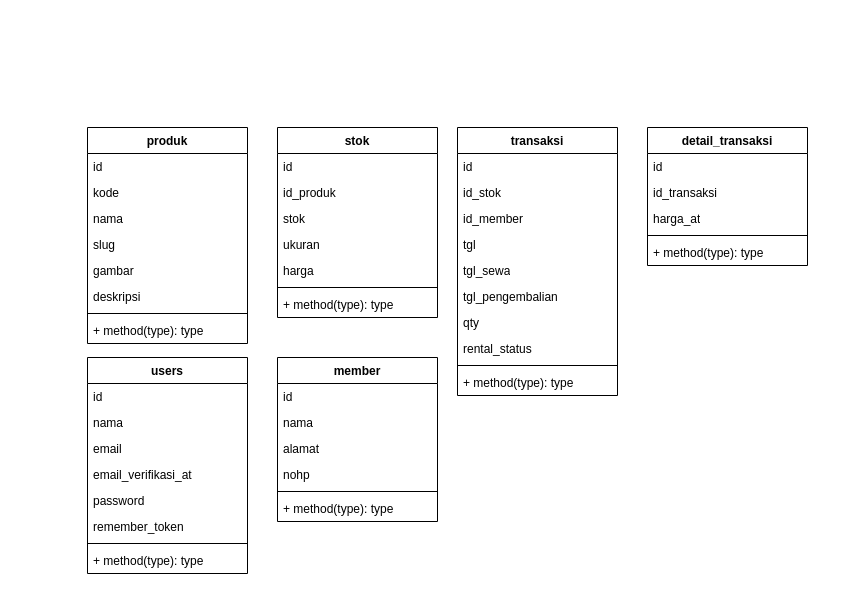
Above: Untitled Diagram.drawio in GibransLF/sans (draw.io), before the change. Source tidied: cells renumbered, new cells numbered last; positions are measured from the earlier drawing's top-left corner, leaving out a move shared by most shapes. Both pictures are drawn from the tidied source at 100%, with x=0, y=0 at pixel (87, 127).
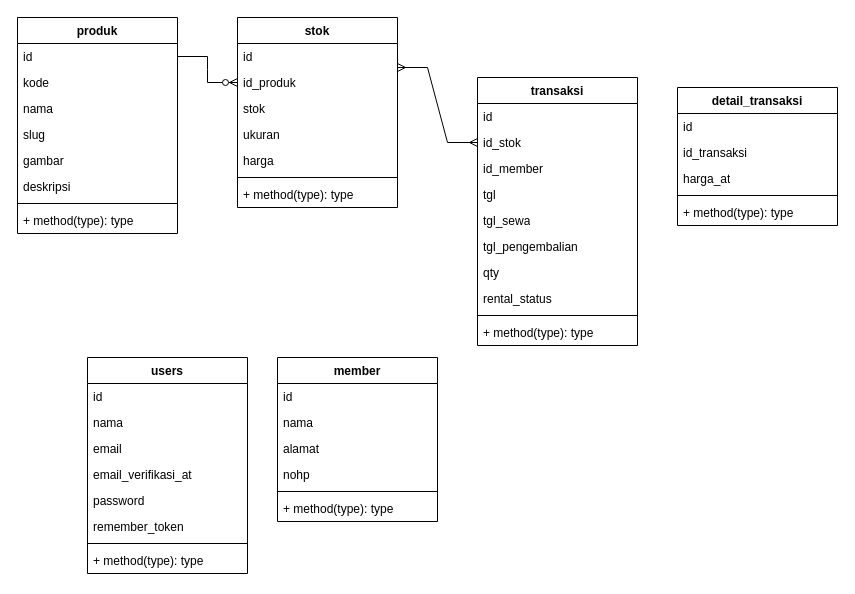
The same page after the edit.

The change refers to these unchanged cells:
```xml
<mxCell id="3" value="id" style="text;strokeColor=none;fillColor=none;align=left;verticalAlign=top;spacingLeft=4;spacingRight=4;overflow=hidden;points=[[0,0.5],[1,0.5]];portConstraint=eastwest;whiteSpace=wrap;html=1;" parent="2" vertex="1">
  <mxGeometry y="26" width="160" height="26" as="geometry" />
</mxCell>
<mxCell id="12" value="id" style="text;strokeColor=none;fillColor=none;align=left;verticalAlign=top;spacingLeft=4;spacingRight=4;overflow=hidden;points=[[0,0.5],[1,0.5]];portConstraint=eastwest;whiteSpace=wrap;html=1;" parent="11" vertex="1">
  <mxGeometry y="26" width="160" height="26" as="geometry" />
</mxCell>
<mxCell id="13" value="id_produk" style="text;strokeColor=none;fillColor=none;align=left;verticalAlign=top;spacingLeft=4;spacingRight=4;overflow=hidden;points=[[0,0.5],[1,0.5]];portConstraint=eastwest;whiteSpace=wrap;html=1;" parent="11" vertex="1">
  <mxGeometry y="52" width="160" height="26" as="geometry" />
</mxCell>
<mxCell id="21" value="id_stok" style="text;strokeColor=none;fillColor=none;align=left;verticalAlign=top;spacingLeft=4;spacingRight=4;overflow=hidden;points=[[0,0.5],[1,0.5]];portConstraint=eastwest;whiteSpace=wrap;html=1;" parent="19" vertex="1">
  <mxGeometry y="52" width="160" height="26" as="geometry" />
</mxCell>
```

Change to the diagram source:
```diff
@@
     <mxCell id="2" value="produk" style="swimlane;fontStyle=1;align=center;verticalAlign=top;horizontal=1;startSize=26;whiteSpace=wrap;html=1;" parent="1" vertex="1">
-      <mxGeometry width="160" height="216" as="geometry" />
+      <mxGeometry x="-70" y="-110" width="160" height="216" as="geometry" />
     </mxCell>
@@
     <mxCell id="11" value="stok" style="swimlane;fontStyle=1;align=center;verticalAlign=top;horizontal=1;startSize=26;whiteSpace=wrap;html=1;" parent="1" vertex="1">
-      <mxGeometry x="190" width="160" height="190" as="geometry" />
+      <mxGeometry x="150" y="-110" width="160" height="190" as="geometry" />
     </mxCell>
@@
     <mxCell id="19" value="transaksi" style="swimlane;fontStyle=1;align=center;verticalAlign=top;horizontal=1;startSize=26;whiteSpace=wrap;html=1;" parent="1" vertex="1">
-      <mxGeometry x="370" width="160" height="268" as="geometry" />
+      <mxGeometry x="390" y="-50" width="160" height="268" as="geometry" />
     </mxCell>
@@
     <mxCell id="37" value="detail_transaksi" style="swimlane;fontStyle=1;align=center;verticalAlign=top;horizontal=1;startSize=26;whiteSpace=wrap;html=1;" parent="1" vertex="1">
-      <mxGeometry x="560" width="160" height="138" as="geometry" />
+      <mxGeometry x="590" y="-40" width="160" height="138" as="geometry" />
     </mxCell>
@@
+    <mxCell id="52" style="edgeStyle=entityRelationEdgeStyle;fontSize=12;html=1;endArrow=ERzeroToMany;endFill=1;rounded=0;exitX=1;exitY=0.5;exitDx=0;exitDy=0;entryX=0;entryY=0.5;entryDx=0;entryDy=0;" parent="1" edge="1" source="3" target="13">
+      <mxGeometry relative="1" as="geometry" />
+    </mxCell>
+    <mxCell id="53" style="edgeStyle=entityRelationEdgeStyle;fontSize=12;html=1;endArrow=ERmany;startArrow=ERmany;rounded=0;exitX=1;exitY=0.923;exitDx=0;exitDy=0;exitPerimeter=0;" parent="1" edge="1" source="12" target="21">
+      <mxGeometry relative="1" as="geometry" />
+    </mxCell>
```
